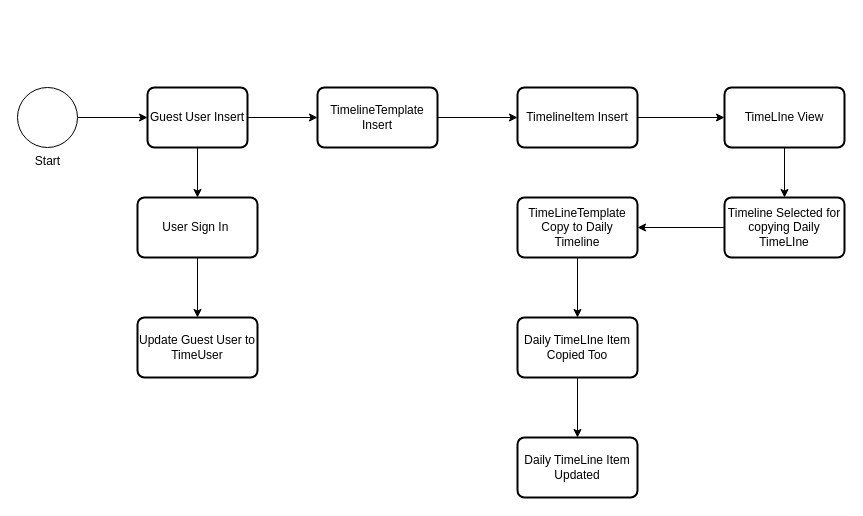
Earlier version of the draw.io diagram timeline_flow_chart_map_v0.9.drawio (mincoln419/times_line). Source tidied: cells renumbered, new cells numbered last; positions are measured from the earlier drawing's top-left corner, leaving out a move shared by most shapes. Both pictures are drawn from the tidied source at 100%, with x=0, y=0 at pixel (17, 87).
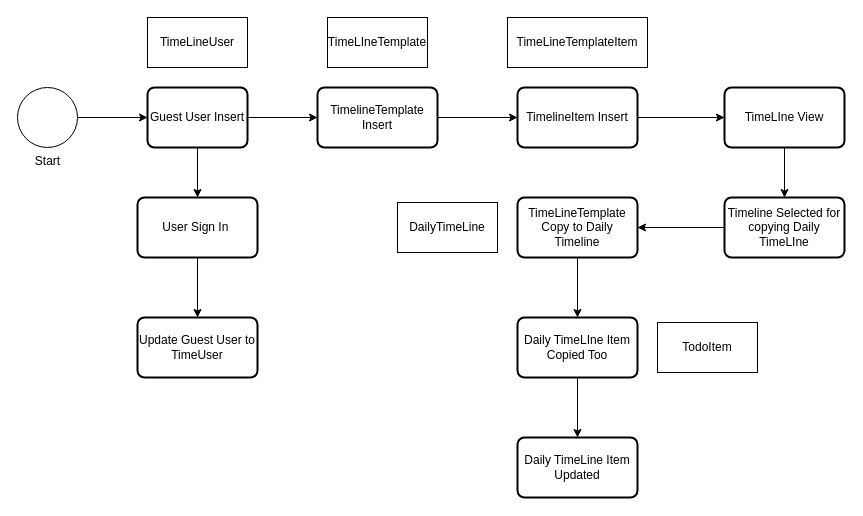
Above is the later version.

Diff of the diagram source:
```diff
@@
+    <mxCell id="23" value="TimeLineUser" style="html=1;whiteSpace=wrap;" parent="1" vertex="1">
+      <mxGeometry x="130" y="-70" width="100" height="50" as="geometry" />
+    </mxCell>
+    <mxCell id="24" value="TimeLIneTemplate" style="html=1;whiteSpace=wrap;" parent="1" vertex="1">
+      <mxGeometry x="310" y="-70" width="100" height="50" as="geometry" />
+    </mxCell>
+    <mxCell id="25" value="TimeLineTemplateItem" style="html=1;whiteSpace=wrap;" parent="1" vertex="1">
+      <mxGeometry x="490" y="-70" width="140" height="50" as="geometry" />
+    </mxCell>
+    <mxCell id="26" value="TodoItem" style="html=1;whiteSpace=wrap;" parent="1" vertex="1">
+      <mxGeometry x="640" y="235" width="100" height="50" as="geometry" />
+    </mxCell>
+    <mxCell id="27" value="DailyTimeLine" style="html=1;whiteSpace=wrap;" parent="1" vertex="1">
+      <mxGeometry x="380" y="115" width="100" height="50" as="geometry" />
+    </mxCell>
```
